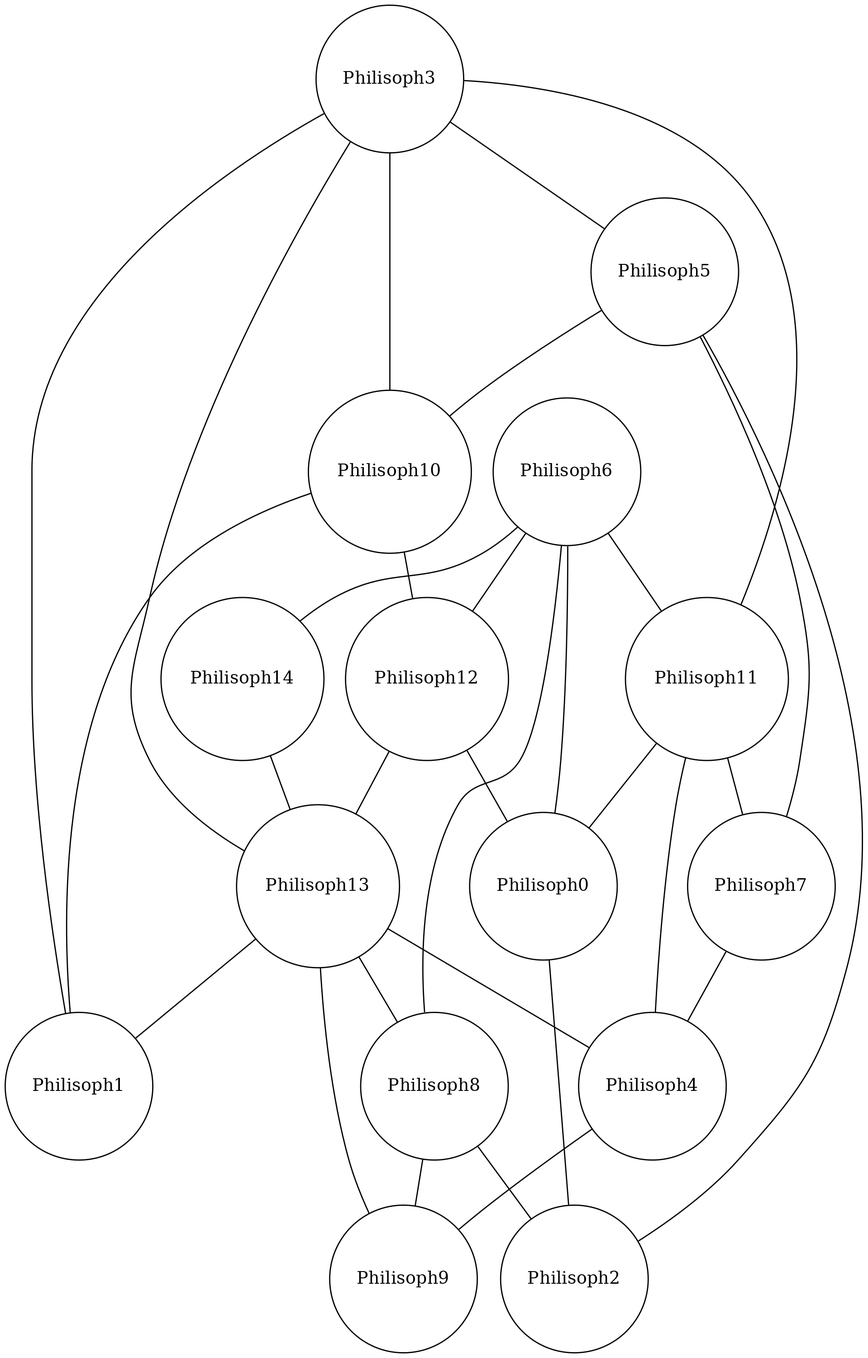
This is newGraph.png from Licht2050/VA_U3, a Graphviz export, as it was before one commit. Its source is kept beside it as newGraph.dot.
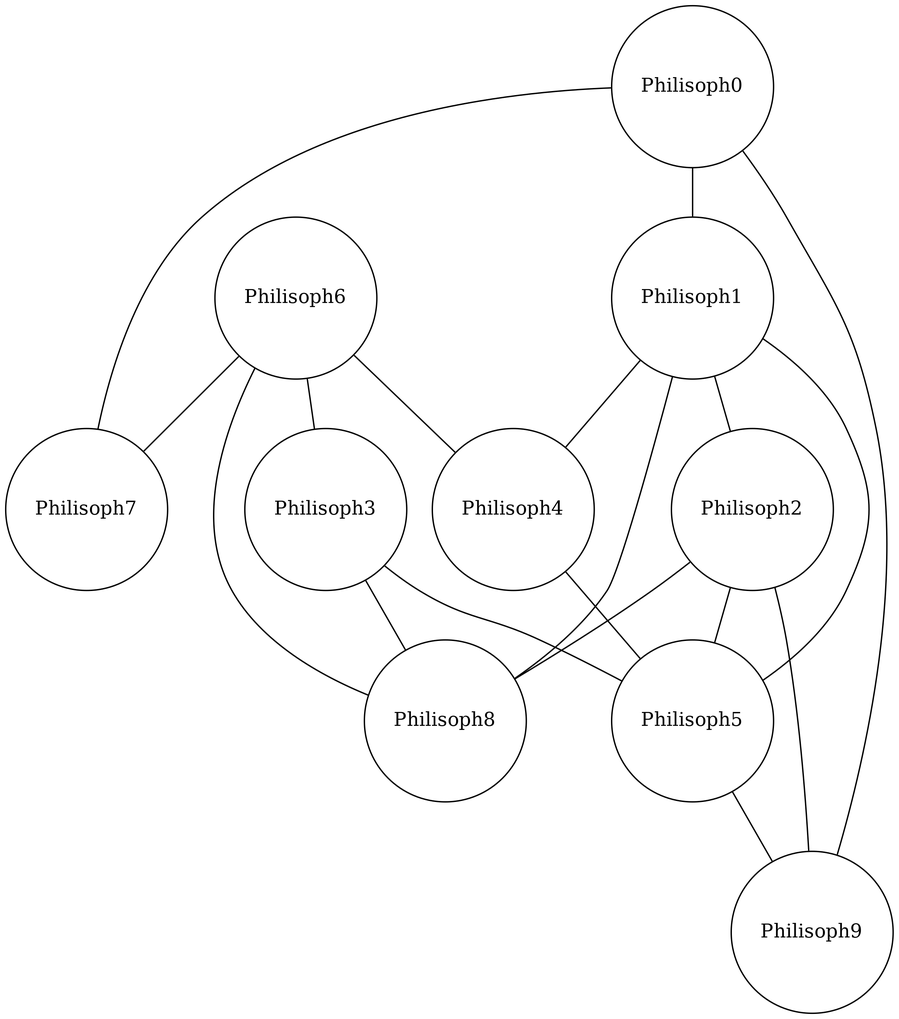
The same diagram one commit later.

The edit, as a diff of the source:
```diff
@@ -3,34 +3,22 @@
 		rankdir=UD;
 		size="8,5";
 		node [shape = circle];
-	Philisoph3 -- Philisoph1
-	Philisoph3 -- Philisoph13
-	Philisoph3 -- Philisoph10
-	Philisoph3 -- Philisoph11
+	Master -- Philisoph7
+	Master -- Philisoph1
+	Master -- Philisoph9
+	Philisoph1 -- Philisoph5
+	Philisoph1 -- Philisoph2
+	Philisoph1 -- Philisoph4
+	Philisoph1 -- Philisoph8
+	Philisoph2 -- Philisoph8
+	Philisoph2 -- Philisoph9
+	Philisoph2 -- Philisoph5
+	Philisoph3 -- Philisoph6
+	Philisoph3 -- Philisoph8
 	Philisoph3 -- Philisoph5
-	Philisoph6 -- Philisoph14
-	Philisoph6 -- Philisoph12
-	Philisoph6 -- Master
+	Philisoph4 -- Philisoph5
+	Philisoph4 -- Philisoph6
+	Philisoph6 -- Philisoph7
 	Philisoph6 -- Philisoph8
-	Philisoph6 -- Philisoph11
-	Philisoph11 -- Master
-	Philisoph11 -- Philisoph7
-	Philisoph11 -- Philisoph4
-	Philisoph14 -- Philisoph13
-	Philisoph5 -- Philisoph7
-	Philisoph5 -- Philisoph10
-	Philisoph5 -- Philisoph2
-	Philisoph10 -- Philisoph12
-	Philisoph10 -- Philisoph1
-	Philisoph12 -- Master
-	Philisoph12 -- Philisoph13
-	Philisoph13 -- Philisoph1
-	Philisoph13 -- Philisoph8
-	Philisoph13 -- Philisoph9
-	Philisoph13 -- Philisoph4
-	Master -- Philisoph2
-	Philisoph2 -- Philisoph8
-	Philisoph4 -- Philisoph9
-	Philisoph4 -- Philisoph7
-	Philisoph8 -- Philisoph9
+	Philisoph5 -- Philisoph9
 }
```
